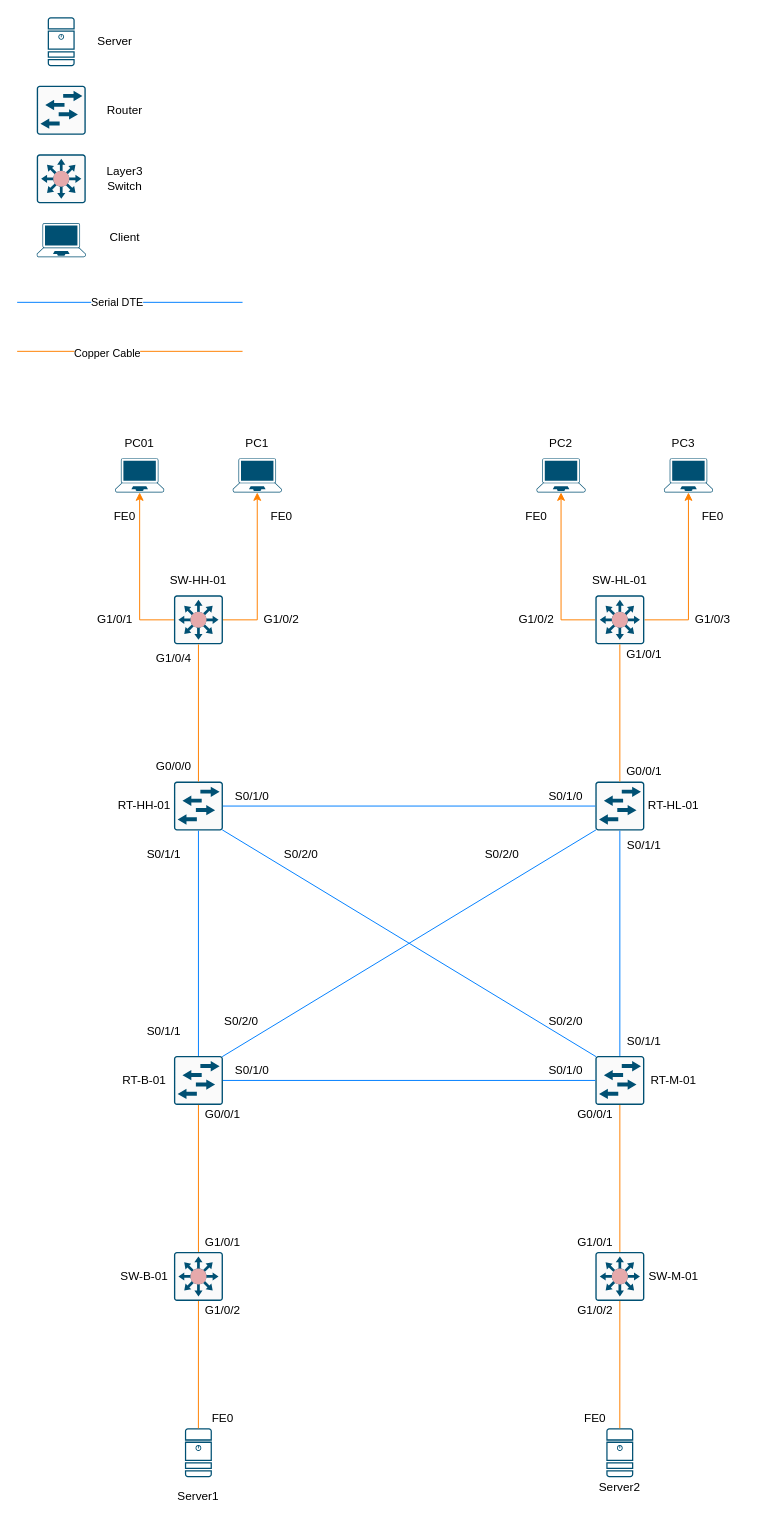
Above: Network plan.drawio in ScriptingDon/Providing-Networks-and-Services (draw.io), before the change. Source tidied: cells renumbered, new cells numbered last; positions are measured from the earlier drawing's top-left corner, leaving out a move shared by most shapes. Both pictures are drawn from the tidied source at 98%, with x=0, y=0 at pixel (17, 17).
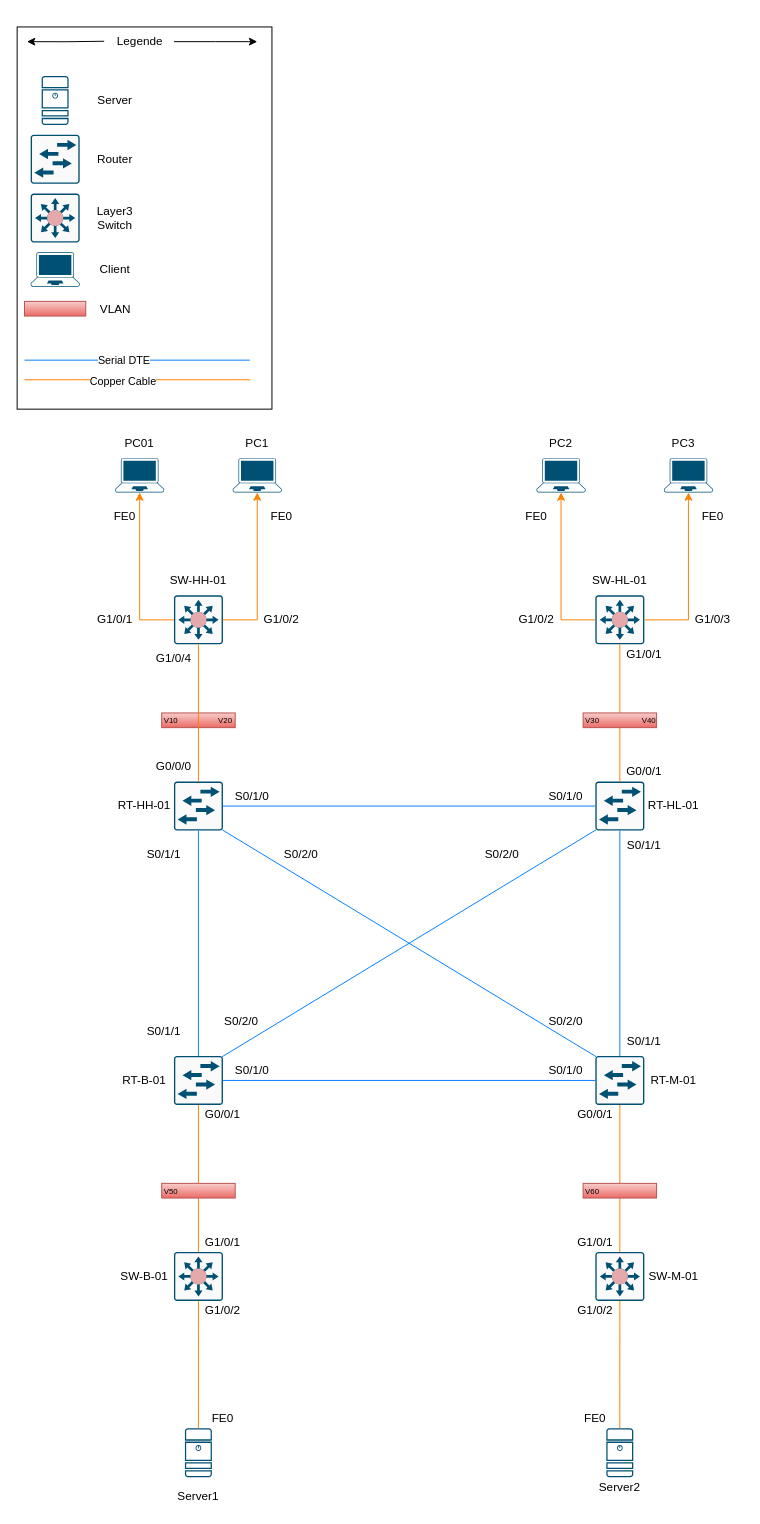
After the change.

Unchanged cells that the change refers to:
```xml
<mxCell id="4" style="sketch=0;points=[[0.015,0.015,0],[0.985,0.015,0],[0.985,0.985,0],[0.015,0.985,0],[0.25,0,0],[0.5,0,0],[0.75,0,0],[1,0.25,0],[1,0.5,0],[1,0.75,0],[0.75,1,0],[0.5,1,0],[0.25,1,0],[0,0.75,0],[0,0.5,0],[0,0.25,0]];verticalLabelPosition=bottom;html=1;verticalAlign=top;align=center;shape=mxgraph.cisco19.rect;prIcon=secure_catalyst_switch_color2;fillColor=#FAFAFA;strokeColor=#005073;" parent="1" vertex="1">
  <mxGeometry x="160" y="590" width="50" height="50" as="geometry" />
</mxCell>
<mxCell id="5" style="points=[[0.13,0.02,0],[0.5,0,0],[0.87,0.02,0],[0.885,0.4,0],[0.985,0.985,0],[0.5,1,0],[0.015,0.985,0],[0.115,0.4,0]];verticalLabelPosition=bottom;sketch=0;html=1;verticalAlign=top;align=center;shape=mxgraph.cisco19.laptop;fillColor=#005073;strokeColor=none;" parent="1" vertex="1">
  <mxGeometry x="100" y="450" width="50" height="35" as="geometry" />
</mxCell>
<mxCell id="15" style="sketch=0;points=[[0.015,0.015,0],[0.985,0.015,0],[0.985,0.985,0],[0.015,0.985,0],[0.25,0,0],[0.5,0,0],[0.75,0,0],[1,0.25,0],[1,0.5,0],[1,0.75,0],[0.75,1,0],[0.5,1,0],[0.25,1,0],[0,0.75,0],[0,0.5,0],[0,0.25,0]];verticalLabelPosition=bottom;html=1;verticalAlign=top;align=center;shape=mxgraph.cisco19.rect;prIcon=secure_catalyst_switch_color2;fillColor=#FAFAFA;strokeColor=#005073;" parent="1" vertex="1">
  <mxGeometry x="590" y="590" width="50" height="50" as="geometry" />
</mxCell>
<mxCell id="19" style="sketch=0;points=[[0.015,0.015,0],[0.985,0.015,0],[0.985,0.985,0],[0.015,0.985,0],[0.25,0,0],[0.5,0,0],[0.75,0,0],[1,0.25,0],[1,0.5,0],[1,0.75,0],[0.75,1,0],[0.5,1,0],[0.25,1,0],[0,0.75,0],[0,0.5,0],[0,0.25,0]];verticalLabelPosition=bottom;html=1;verticalAlign=top;align=center;shape=mxgraph.cisco19.rect;prIcon=l2_switch;fillColor=#FAFAFA;strokeColor=#005073;" parent="1" vertex="1">
  <mxGeometry x="160" y="1060" width="50" height="50" as="geometry" />
</mxCell>
<mxCell id="23" style="sketch=0;points=[[0.015,0.015,0],[0.985,0.015,0],[0.985,0.985,0],[0.015,0.985,0],[0.25,0,0],[0.5,0,0],[0.75,0,0],[1,0.25,0],[1,0.5,0],[1,0.75,0],[0.75,1,0],[0.5,1,0],[0.25,1,0],[0,0.75,0],[0,0.5,0],[0,0.25,0]];verticalLabelPosition=bottom;html=1;verticalAlign=top;align=center;shape=mxgraph.cisco19.rect;prIcon=secure_catalyst_switch_color2;fillColor=#FAFAFA;strokeColor=#005073;" parent="1" vertex="1">
  <mxGeometry x="160" y="1260" width="50" height="50" as="geometry" />
</mxCell>
```

What changed in the source:
```diff
@@
+    <mxCell id="90" style="rounded=0;whiteSpace=wrap;html=1;" parent="1" vertex="1">
+      <mxGeometry y="10" width="260" height="390" as="geometry" />
+    </mxCell>
+    <mxCell id="91" value="V10&lt;span style=&quot;white-space: pre;&quot;&gt;&#9;&lt;/span&gt;&lt;span style=&quot;white-space: pre;&quot;&gt;&#9;&lt;/span&gt;&lt;span style=&quot;white-space: pre;&quot;&gt;&#9;&lt;/span&gt;&amp;nbsp;V20" style="rounded=0;whiteSpace=wrap;html=1;fontSize=8;align=left;fillColor=#f8cecc;strokeColor=#b85450;gradientColor=#ea6b66;" parent="1" vertex="1">
+      <mxGeometry x="147.5" y="710" width="75" height="15" as="geometry" />
+    </mxCell>
     <mxCell id="2" style="edgeStyle=orthogonalEdgeStyle;rounded=0;jettySize=auto;html=1;entryX=0.5;entryY=1;entryDx=0;entryDy=0;entryPerimeter=0;strokeColor=#FF8000;" parent="1" edge="1" source="4" target="5">
-      <mxGeometry relative="1" as="geometry" />
+      <mxGeometry relative="1" as="geometry">
+        <Array as="points">
+          <mxPoint x="125" y="615" />
+        </Array>
+      </mxGeometry>
     </mxCell>
@@
-    <mxCell id="18" style="endArrow=none;html=1;rounded=0;entryX=0.5;entryY=1;entryDx=0;entryDy=0;entryPerimeter=0;exitX=0.5;exitY=0;exitDx=0;exitDy=0;exitPerimeter=0;strokeColor=#FF8000;" parent="1" edge="1" target="15">
-      <mxGeometry relative="1" as="geometry">
-        <mxPoint x="615" y="780" as="sourcePoint" />
-      </mxGeometry>
+    <mxCell id="18" style="endArrow=none;html=1;rounded=0;entryX=0.5;entryY=1;entryDx=0;entryDy=0;entryPerimeter=0;exitX=0.5;exitY=0;exitDx=0;exitDy=0;exitPerimeter=0;strokeColor=#FF8000;" parent="1" edge="1" source="94" target="15">
+      <mxGeometry relative="1" as="geometry" />
     </mxCell>
@@
-    <mxCell id="24" style="endArrow=none;html=1;rounded=0;entryX=0.5;entryY=0;entryDx=0;entryDy=0;entryPerimeter=0;exitX=0.5;exitY=1;exitDx=0;exitDy=0;exitPerimeter=0;fillColor=#FF9933;strokeColor=#FF8000;" parent="1" edge="1" source="19" target="23">
+    <mxCell id="24" style="endArrow=none;html=1;rounded=0;entryX=0.5;entryY=0;entryDx=0;entryDy=0;entryPerimeter=0;exitX=0.5;exitY=1;exitDx=0;exitDy=0;exitPerimeter=0;fillColor=#FF9933;strokeColor=#FF8000;" parent="1" edge="1" source="96" target="23">
       <mxGeometry relative="1" as="geometry" />
     </mxCell>
@@
     <mxCell id="32" style="endArrow=none;html=1;rounded=0;entryX=0;entryY=0.5;entryDx=0;entryDy=0;entryPerimeter=0;strokeColor=#007FFF;" parent="1" edge="1">
       <mxGeometry relative="1" as="geometry">
-        <mxPoint y="291" as="sourcePoint" />
-        <mxPoint x="230" y="291" as="targetPoint" />
+        <mxPoint x="7.5" y="350" as="sourcePoint" />
+        <mxPoint x="237.5" y="350" as="targetPoint" />
       </mxGeometry>
     </mxCell>
@@
     <mxCell id="34" style="endArrow=none;html=1;rounded=0;strokeColor=#FF8000;" parent="1" edge="1">
       <mxGeometry relative="1" as="geometry">
-        <mxPoint x="230" y="341" as="sourcePoint" />
-        <mxPoint y="341" as="targetPoint" />
+        <mxPoint x="237.5" y="370" as="sourcePoint" />
+        <mxPoint x="7.5" y="370" as="targetPoint" />
       </mxGeometry>
     </mxCell>
     <mxCell id="35" value="Copper Cable" style="edgeLabel;html=1;align=center;verticalAlign=middle;" parent="34" vertex="1">
-      <mxGeometry x="0.21" y="1" relative="1" as="geometry" />
+      <mxGeometry x="0.21" y="1" relative="1" as="geometry">
+        <mxPoint x="9" as="offset" />
+      </mxGeometry>
     </mxCell>
@@
     <mxCell id="82" style="verticalLabelPosition=bottom;sketch=0;html=1;verticalAlign=top;align=center;shape=mxgraph.cisco19.laptop;fillColor=#005073;strokeColor=none;" parent="1" vertex="1">
-      <mxGeometry x="20" y="210" width="50" height="35" as="geometry" />
+      <mxGeometry x="13.8" y="240" width="50" height="35" as="geometry" />
     </mxCell>
     <mxCell id="83" style="sketch=0;verticalLabelPosition=bottom;html=1;verticalAlign=top;align=center;shape=mxgraph.cisco19.rect;prIcon=secure_catalyst_switch_color2;fillColor=#FAFAFA;strokeColor=#005073;" parent="1" vertex="1">
-      <mxGeometry x="20" y="140" width="50" height="50" as="geometry" />
+      <mxGeometry x="13.8" y="180" width="50" height="50" as="geometry" />
     </mxCell>
     <mxCell id="84" style="sketch=0;verticalLabelPosition=bottom;html=1;verticalAlign=top;align=center;shape=mxgraph.cisco19.rect;prIcon=l2_switch;fillColor=#FAFAFA;strokeColor=#005073;" parent="1" vertex="1">
-      <mxGeometry x="20" y="70" width="50" height="50" as="geometry" />
+      <mxGeometry x="13.8" y="120" width="50" height="50" as="geometry" />
     </mxCell>
     <mxCell id="85" style="sketch=0;verticalLabelPosition=bottom;html=1;verticalAlign=top;align=center;shape=mxgraph.cisco19.server;fillColor=#005073;strokeColor=none;" parent="1" vertex="1">
-      <mxGeometry x="31.2" width="27.5" height="50" as="geometry" />
+      <mxGeometry x="25" y="60" width="27.5" height="50" as="geometry" />
     </mxCell>
     <mxCell id="86" value="Server" style="text;html=1;strokeColor=none;fillColor=none;align=center;verticalAlign=middle;whiteSpace=wrap;rounded=0;" parent="1" vertex="1">
-      <mxGeometry x="70" y="10" width="60" height="30" as="geometry" />
+      <mxGeometry x="70" y="70" width="60" height="30" as="geometry" />
     </mxCell>
     <mxCell id="87" value="Router" style="text;html=1;strokeColor=none;fillColor=none;align=center;verticalAlign=middle;whiteSpace=wrap;rounded=0;" parent="1" vertex="1">
-      <mxGeometry x="80" y="80" width="60" height="30" as="geometry" />
+      <mxGeometry x="70" y="130" width="60" height="30" as="geometry" />
     </mxCell>
     <mxCell id="88" value="Layer3 Switch" style="text;html=1;strokeColor=none;fillColor=none;align=center;verticalAlign=middle;whiteSpace=wrap;rounded=0;" parent="1" vertex="1">
-      <mxGeometry x="80" y="150" width="60" height="30" as="geometry" />
+      <mxGeometry x="70" y="190" width="60" height="30" as="geometry" />
     </mxCell>
     <mxCell id="89" value="Client" style="text;html=1;strokeColor=none;fillColor=none;align=center;verticalAlign=middle;whiteSpace=wrap;rounded=0;" parent="1" vertex="1">
-      <mxGeometry x="80" y="210" width="60" height="30" as="geometry" />
+      <mxGeometry x="70" y="242.5" width="60" height="30" as="geometry" />
     </mxCell>
+    <mxCell id="92" value="V60" style="rounded=0;whiteSpace=wrap;html=1;fontSize=8;align=left;fillColor=#f8cecc;strokeColor=#b85450;gradientColor=#ea6b66;" parent="1" vertex="1">
+      <mxGeometry x="577.5" y="1190" width="75" height="15" as="geometry" />
+    </mxCell>
+    <mxCell id="93" style="endArrow=none;html=1;rounded=0;entryX=0.5;entryY=1;entryDx=0;entryDy=0;entryPerimeter=0;exitX=0.5;exitY=0;exitDx=0;exitDy=0;exitPerimeter=0;strokeColor=#FF8000;" parent="1" edge="1" target="94">
+      <mxGeometry relative="1" as="geometry">
+        <mxPoint x="615" y="780" as="sourcePoint" />
+      </mxGeometry>
+    </mxCell>
+    <mxCell id="94" value="V30&lt;span style=&quot;white-space: pre;&quot;&gt;&#9;&lt;/span&gt;&lt;span style=&quot;white-space: pre;&quot;&gt;&#9;&lt;/span&gt;&lt;span style=&quot;white-space: pre;&quot;&gt;&#9;&lt;/span&gt;&amp;nbsp; V40" style="rounded=0;whiteSpace=wrap;html=1;fontSize=8;align=left;fillColor=#f8cecc;strokeColor=#b85450;gradientColor=#ea6b66;" parent="1" vertex="1">
+      <mxGeometry x="577.5" y="710" width="75" height="15" as="geometry" />
+    </mxCell>
+    <mxCell id="95" style="endArrow=none;html=1;rounded=0;entryX=0.5;entryY=0;entryDx=0;entryDy=0;entryPerimeter=0;exitX=0.5;exitY=1;exitDx=0;exitDy=0;exitPerimeter=0;fillColor=#FF9933;strokeColor=#FF8000;" parent="1" edge="1" source="19" target="96">
+      <mxGeometry relative="1" as="geometry" />
+    </mxCell>
+    <mxCell id="96" value="V50" style="rounded=0;whiteSpace=wrap;html=1;fontSize=8;align=left;fillColor=#f8cecc;strokeColor=#b85450;gradientColor=#ea6b66;" parent="1" vertex="1">
+      <mxGeometry x="147.5" y="1190" width="75" height="15" as="geometry" />
+    </mxCell>
+    <mxCell id="97" style="rounded=0;whiteSpace=wrap;html=1;fontSize=8;align=left;fillColor=#f8cecc;strokeColor=#b85450;gradientColor=#ea6b66;" parent="1" vertex="1">
+      <mxGeometry x="7.5" y="290" width="62.5" height="15" as="geometry" />
+    </mxCell>
+    <mxCell id="98" value="VLAN" style="text;html=1;align=center;verticalAlign=middle;strokeColor=none;fillColor=none;" parent="1" vertex="1">
+      <mxGeometry x="75" y="282.5" width="50" height="30" as="geometry" />
+    </mxCell>
+    <mxCell id="99" style="edgeStyle=orthogonalEdgeStyle;rounded=0;orthogonalLoop=1;jettySize=auto;html=1;" parent="1" edge="1">
+      <mxGeometry relative="1" as="geometry">
+        <mxPoint x="88.8" y="24.6" as="sourcePoint" />
+        <mxPoint x="10" y="25" as="targetPoint" />
+      </mxGeometry>
+    </mxCell>
+    <mxCell id="100" style="edgeStyle=orthogonalEdgeStyle;rounded=0;jettySize=auto;html=1;" parent="1" edge="1" source="101">
+      <mxGeometry relative="1" as="geometry">
+        <mxPoint x="245" y="25" as="targetPoint" />
+      </mxGeometry>
+    </mxCell>
+    <mxCell id="101" value="Legende" style="text;html=1;align=center;verticalAlign=middle;points=[];strokeColor=none;fillColor=none;" parent="1" vertex="1">
+      <mxGeometry x="90" y="10" width="70" height="30" as="geometry" />
+    </mxCell>
```
